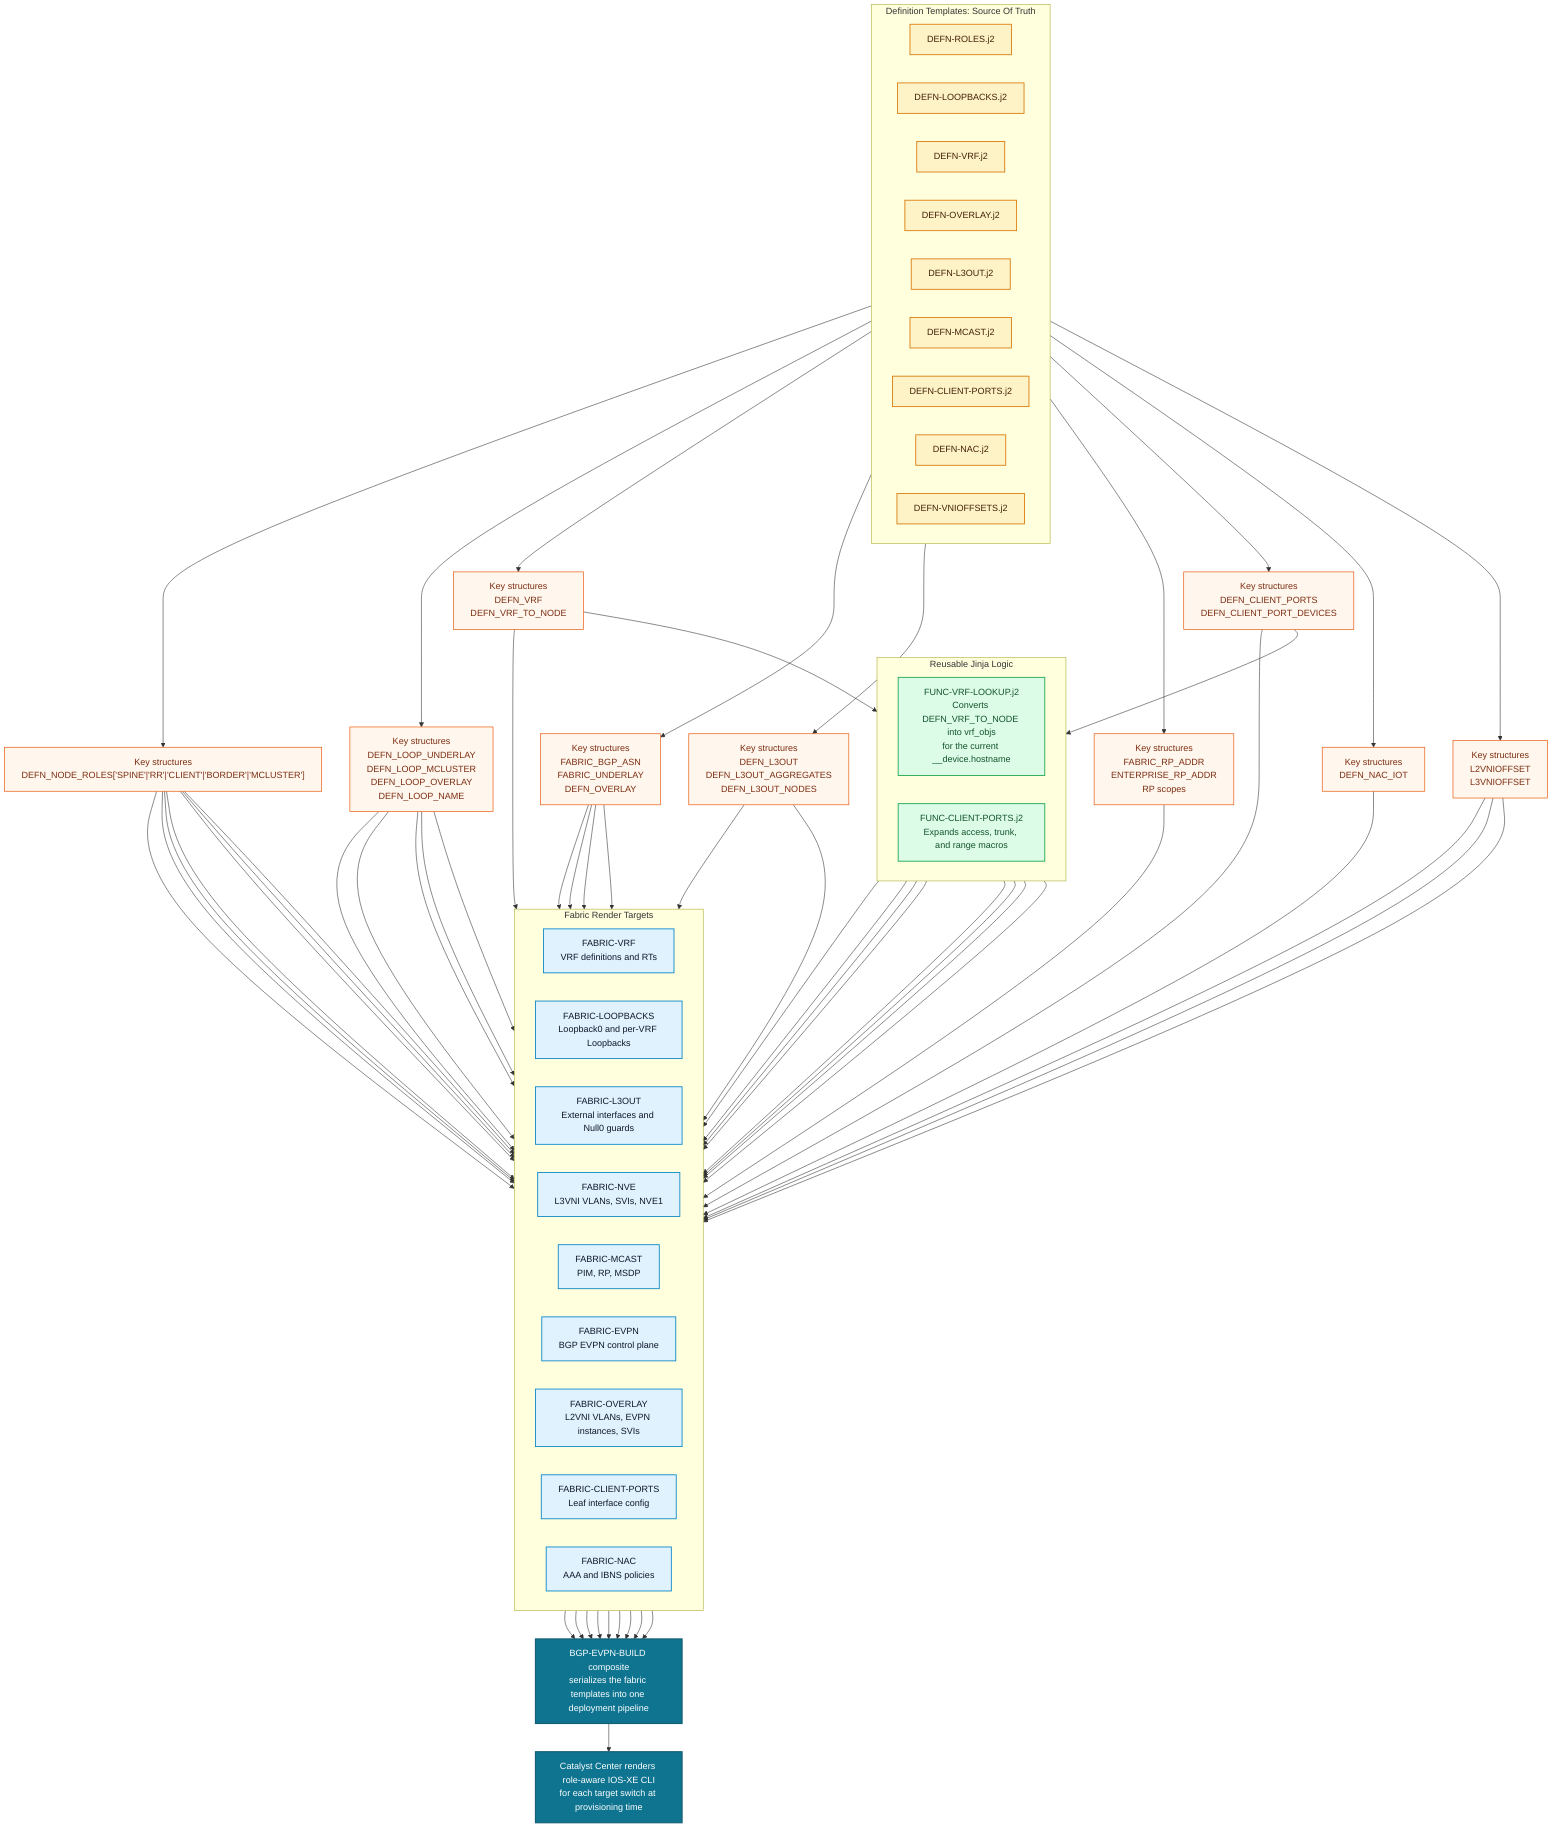
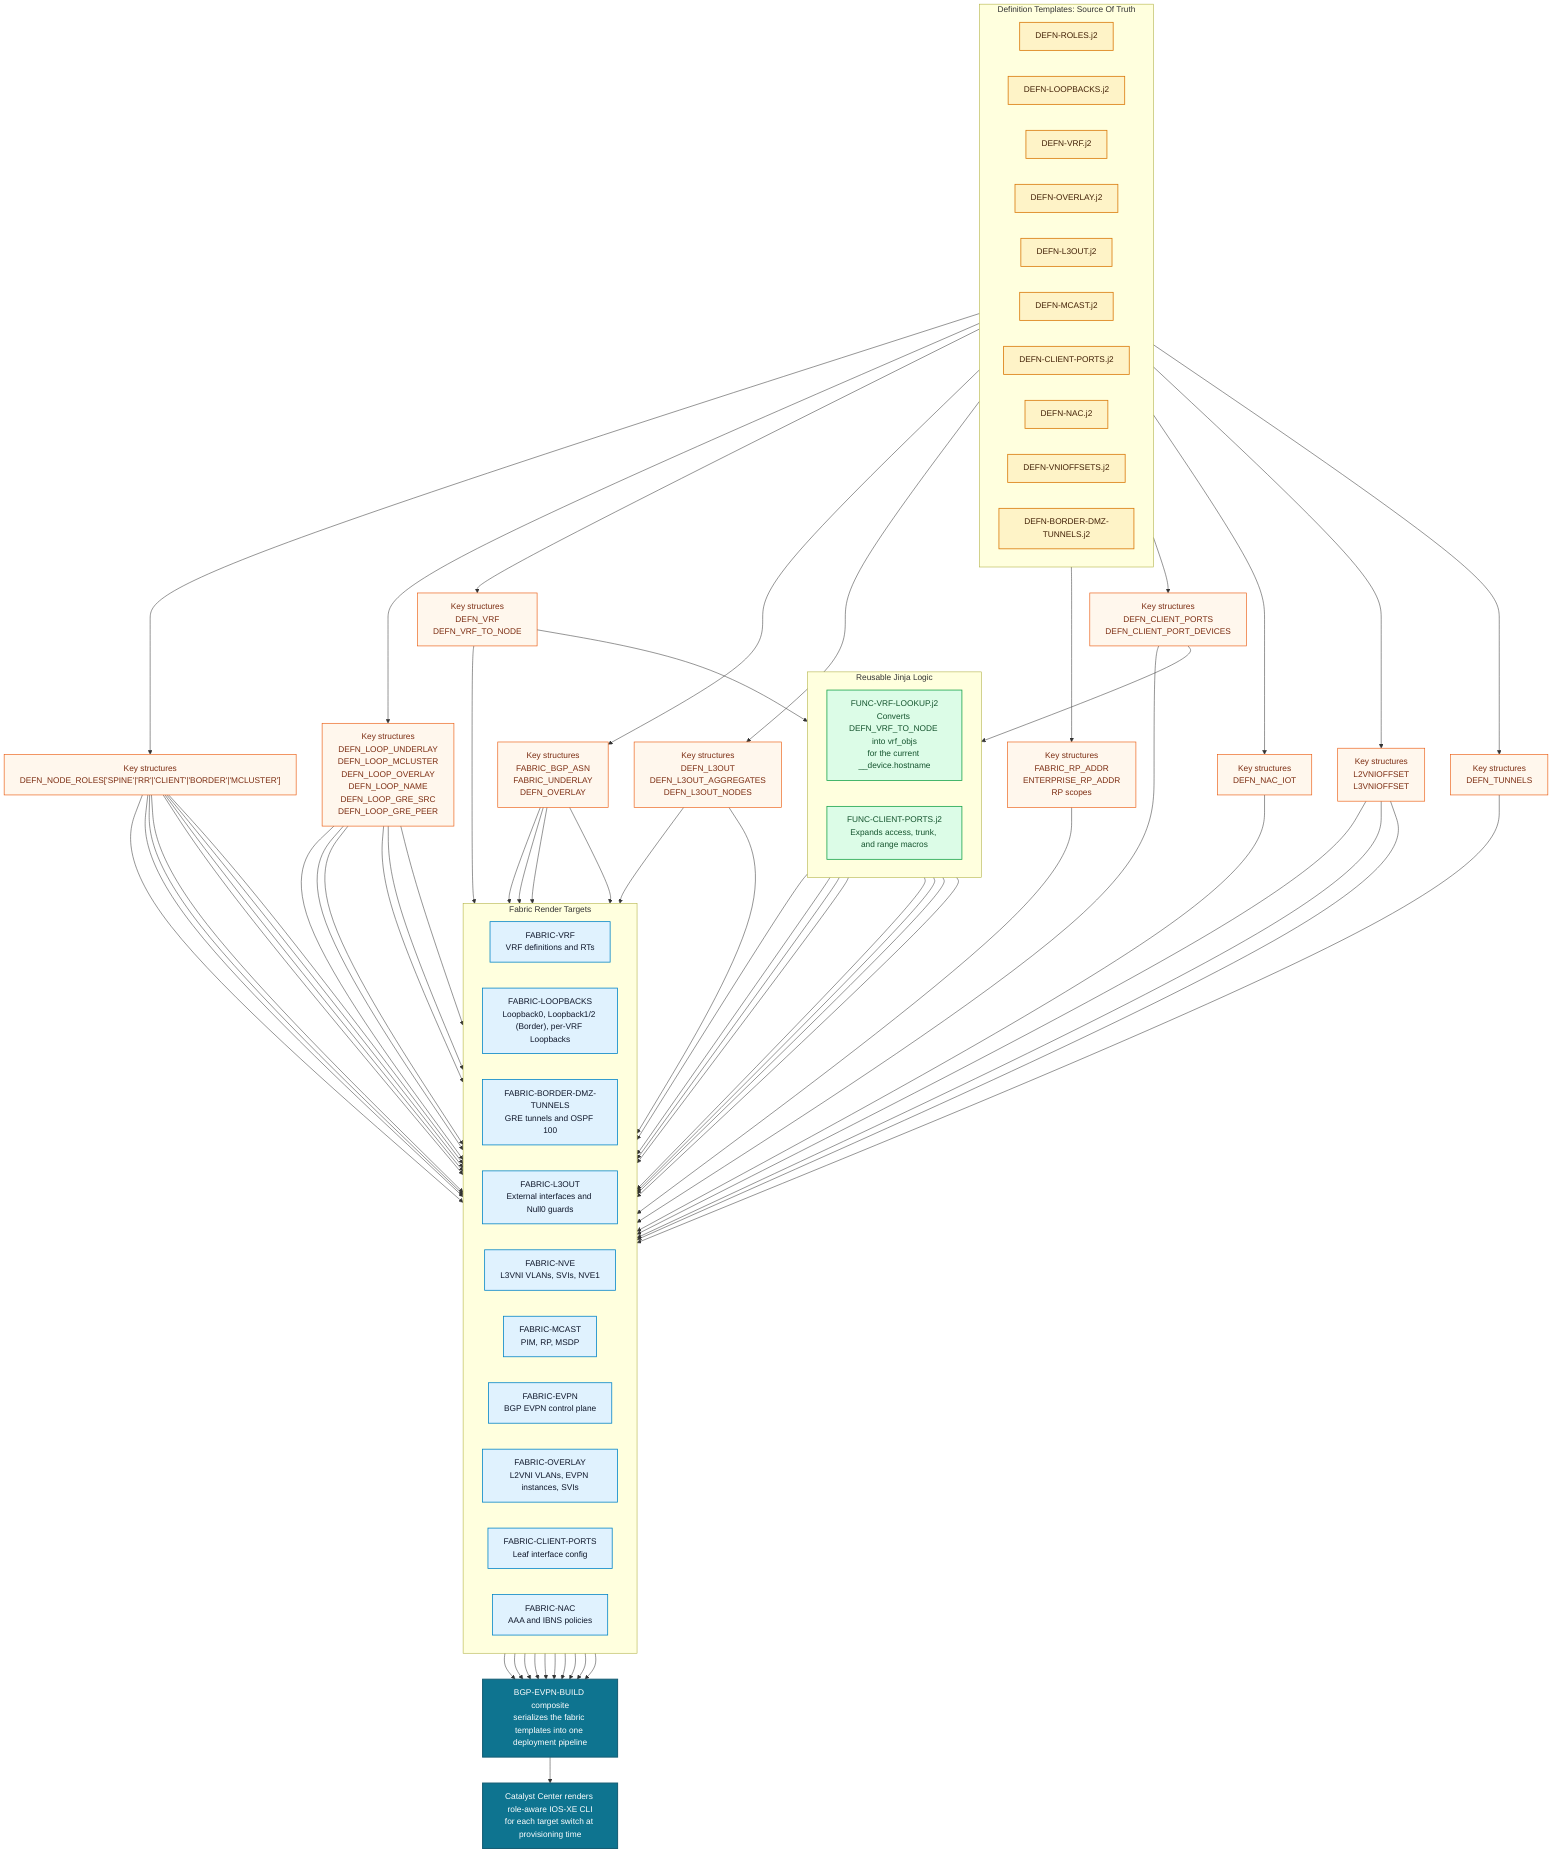
flowchart TB
  classDef defn fill:#FEF3C7,color:#422006,stroke:#D97706,stroke-width:1.5px;
  classDef key fill:#FFF7ED,color:#7C2D12,stroke:#EA580C,stroke-width:1.2px;
  classDef func fill:#DCFCE7,color:#14532D,stroke:#16A34A,stroke-width:1.5px;
  classDef fabric fill:#E0F2FE,color:#0F172A,stroke:#0284C7,stroke-width:1.5px;
  classDef output fill:#0E7490,color:#FFFFFF,stroke:#155E75,stroke-width:2px;

  subgraph defnLayer["Definition Templates: Source Of Truth"]
    direction LR
    roles["DEFN-ROLES.j2"]:::defn
    loopbacks["DEFN-LOOPBACKS.j2"]:::defn
    vrf["DEFN-VRF.j2"]:::defn
    overlay["DEFN-OVERLAY.j2"]:::defn
    l3out["DEFN-L3OUT.j2"]:::defn
    mcast["DEFN-MCAST.j2"]:::defn
    ports["DEFN-CLIENT-PORTS.j2"]:::defn
    nac["DEFN-NAC.j2"]:::defn
    vni["DEFN-VNIOFFSETS.j2"]:::defn
+     tunnels["DEFN-BORDER-DMZ-TUNNELS.j2"]:::defn
  end

  roles --> rolesKey["Key structures\nDEFN_NODE_ROLES['SPINE'|'RR'|'CLIENT'|'BORDER'|'MCLUSTER']"]:::key
-   loopbacks --> loopKey["Key structures\nDEFN_LOOP_UNDERLAY\nDEFN_LOOP_MCLUSTER\nDEFN_LOOP_OVERLAY\nDEFN_LOOP_NAME"]:::key
+   loopbacks --> loopKey["Key structures\nDEFN_LOOP_UNDERLAY\nDEFN_LOOP_MCLUSTER\nDEFN_LOOP_OVERLAY\nDEFN_LOOP_NAME\nDEFN_LOOP_GRE_SRC\nDEFN_LOOP_GRE_PEER"]:::key
  vrf --> vrfKey["Key structures\nDEFN_VRF\nDEFN_VRF_TO_NODE"]:::key
  overlay --> overlayKey["Key structures\nFABRIC_BGP_ASN\nFABRIC_UNDERLAY\nDEFN_OVERLAY"]:::key
  l3out --> l3outKey["Key structures\nDEFN_L3OUT\nDEFN_L3OUT_AGGREGATES\nDEFN_L3OUT_NODES"]:::key
  mcast --> mcastKey["Key structures\nFABRIC_RP_ADDR\nENTERPRISE_RP_ADDR\nRP scopes"]:::key
  ports --> portsKey["Key structures\nDEFN_CLIENT_PORTS\nDEFN_CLIENT_PORT_DEVICES"]:::key
  nac --> nacKey["Key structures\nDEFN_NAC_IOT"]:::key
  vni --> vniKey["Key structures\nL2VNIOFFSET\nL3VNIOFFSET"]:::key
+   tunnels --> tunnelsKey["Key structures\nDEFN_TUNNELS"]:::key

  vrfKey --> vrfFunc
  subgraph logicLayer["Reusable Jinja Logic"]
    direction LR
    vrfFunc["FUNC-VRF-LOOKUP.j2\nConverts DEFN_VRF_TO_NODE into vrf_objs\nfor the current __device.hostname"]:::func
    portFunc["FUNC-CLIENT-PORTS.j2\nExpands access, trunk, and range macros"]:::func
  end
  portsKey --> portFunc

  subgraph renderLayer["Fabric Render Targets"]
    direction LR
    fabric1["FABRIC-VRF\nVRF definitions and RTs"]:::fabric
-     fabric2["FABRIC-LOOPBACKS\nLoopback0 and per-VRF Loopbacks"]:::fabric
+     fabric2["FABRIC-LOOPBACKS\nLoopback0, Loopback1/2 (Border), per-VRF Loopbacks"]:::fabric
+     fabric2a["FABRIC-BORDER-DMZ-TUNNELS\nGRE tunnels and OSPF 100"]:::fabric
    fabric3["FABRIC-L3OUT\nExternal interfaces and Null0 guards"]:::fabric
    fabric4["FABRIC-NVE\nL3VNI VLANs, SVIs, NVE1"]:::fabric
    fabric5["FABRIC-MCAST\nPIM, RP, MSDP"]:::fabric
    fabric6["FABRIC-EVPN\nBGP EVPN control plane"]:::fabric
    fabric7["FABRIC-OVERLAY\nL2VNI VLANs, EVPN instances, SVIs"]:::fabric
    fabric8["FABRIC-CLIENT-PORTS\nLeaf interface config"]:::fabric
    fabric9["FABRIC-NAC\nAAA and IBNS policies"]:::fabric
  end

  vrfFunc --> fabric1
  loopKey --> fabric1
  overlayKey --> fabric1

  vrfKey --> fabric2
  rolesKey --> fabric2
  loopKey --> fabric2
+ 
+   tunnelsKey --> fabric2a
+   rolesKey --> fabric2a
+   loopKey --> fabric2a

  vrfFunc --> fabric3
  l3outKey --> fabric3
  overlayKey --> fabric3

  vrfFunc --> fabric4
  rolesKey --> fabric4
  loopKey --> fabric4
  vniKey --> fabric4

  vrfFunc --> fabric5
  rolesKey --> fabric5
  loopKey --> fabric5
  mcastKey --> fabric5

  vrfFunc --> fabric6
  rolesKey --> fabric6
  loopKey --> fabric6
  l3outKey --> fabric6
  overlayKey --> fabric6
  vniKey --> fabric6

  vrfFunc --> fabric7
  rolesKey --> fabric7
  overlayKey --> fabric7
  vniKey --> fabric7

  portFunc --> fabric8
  rolesKey --> fabric8
  portsKey --> fabric8

  vrfFunc --> fabric9
  rolesKey --> fabric9
  nacKey --> fabric9

  fabric1 --> composite["BGP-EVPN-BUILD composite\nserializes the fabric templates into one deployment pipeline"]:::output
  fabric2 --> composite
+   fabric2a --> composite
  fabric3 --> composite
  fabric4 --> composite
  fabric5 --> composite
  fabric6 --> composite
  fabric7 --> composite
  fabric8 --> composite
  fabric9 --> composite

  composite --> result["Catalyst Center renders role-aware IOS-XE CLI\nfor each target switch at provisioning time"]:::output